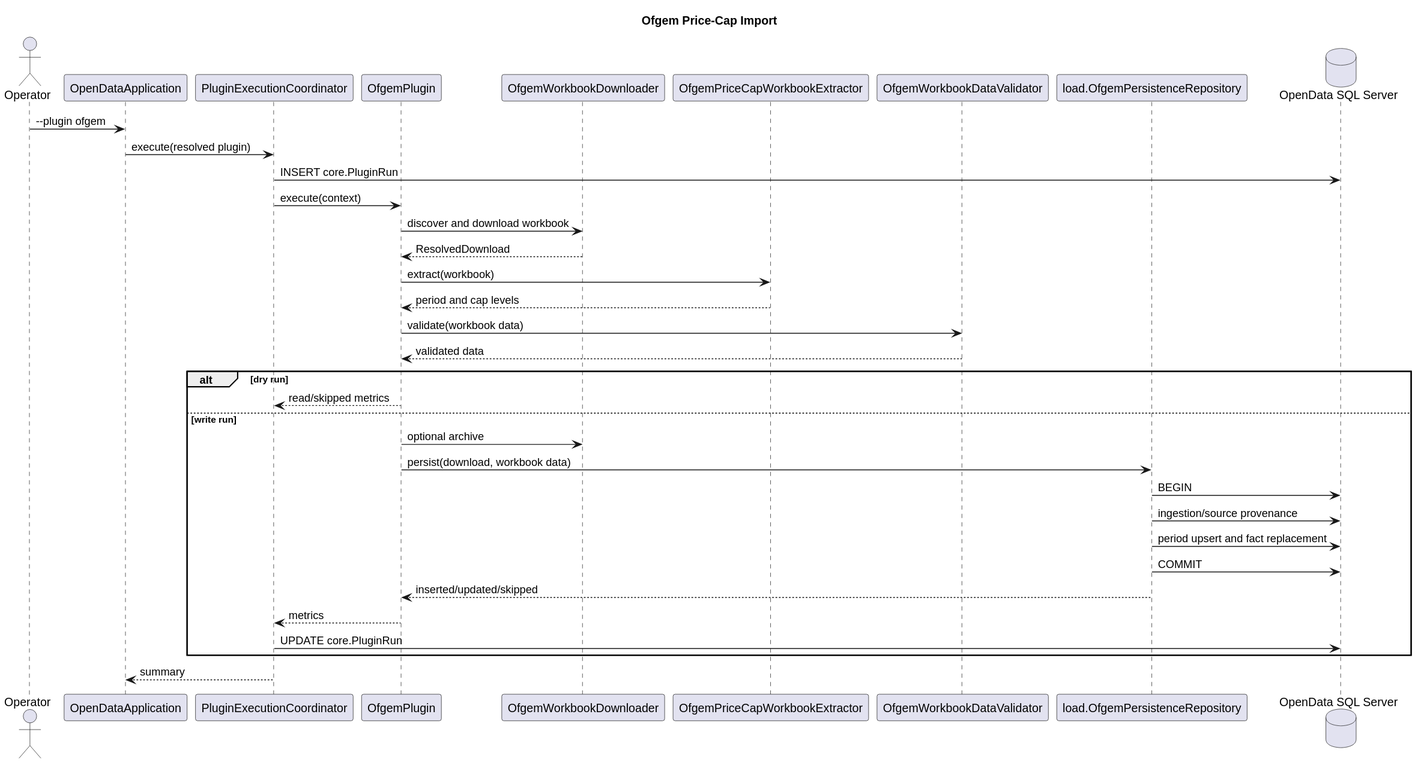
This is docs/diagrams/generated/ofgem-price-cap-import-sequence.svg from TerryCurranZellis/OpenData, a PlantUML export, as it was before one commit. Its source is kept beside it as docs/diagrams/source/ofgem-price-cap-import-sequence.puml. Its diagram source:
```plantuml
@startuml
title Ofgem Price-Cap Import
actor Operator
participant OpenDataApplication as Application
participant PluginExecutionCoordinator as Coordinator
participant OfgemPlugin as Plugin
participant OfgemWorkbookDownloader as Downloader
participant OfgemPriceCapWorkbookExtractor as Extractor
participant OfgemWorkbookDataValidator as Validator
participant "load.OfgemPersistenceRepository" as Repository
database "OpenData SQL Server" as Database

Operator -> Application : --plugin ofgem
Application -> Coordinator : execute(resolved plugin)
Coordinator -> Database : INSERT core.PluginRun
Coordinator -> Plugin : execute(context)
Plugin -> Downloader : discover and download workbook
Downloader --> Plugin : ResolvedDownload
Plugin -> Extractor : extract(workbook)
Extractor --> Plugin : period and cap levels
Plugin -> Validator : validate(workbook data)
Validator --> Plugin : validated data
alt dry run
  Plugin --> Coordinator : read/skipped metrics
else write run
  Plugin -> Downloader : optional archive
  Plugin -> Repository : persist(download, workbook data)
  Repository -> Database : BEGIN
  Repository -> Database : ingestion/source provenance
  Repository -> Database : period upsert and fact replacement
  Repository -> Database : COMMIT
  Repository --> Plugin : inserted/updated/skipped
  Plugin --> Coordinator : metrics
  Coordinator -> Database : UPDATE core.PluginRun
end
Coordinator --> Application : summary
@enduml
```
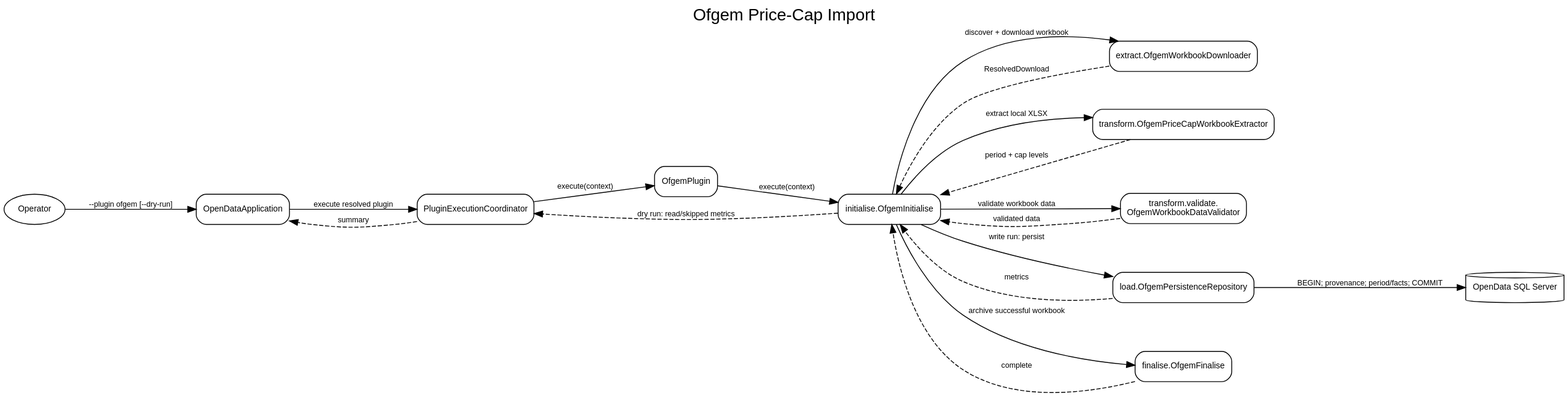
The same diagram one commit later.

Diff of the diagram source:
```diff
@@ -4,34 +4,34 @@
 participant OpenDataApplication as Application
 participant PluginExecutionCoordinator as Coordinator
 participant OfgemPlugin as Plugin
-participant OfgemWorkbookDownloader as Downloader
-participant OfgemPriceCapWorkbookExtractor as Extractor
-participant OfgemWorkbookDataValidator as Validator
+participant "initialise.OfgemInitialise" as Initialise
+participant "extract.OfgemWorkbookDownloader" as Downloader
+participant "transform.OfgemPriceCapWorkbookExtractor" as Extractor
+participant "transform.validate.OfgemWorkbookDataValidator" as Validator
 participant "load.OfgemPersistenceRepository" as Repository
+participant "finalise.OfgemFinalise" as Finalise
 database "OpenData SQL Server" as Database
 
-Operator -> Application : --plugin ofgem
+Operator -> Application : --plugin ofgem [--dry-run]
 Application -> Coordinator : execute(resolved plugin)
-Coordinator -> Database : INSERT core.PluginRun
 Coordinator -> Plugin : execute(context)
-Plugin -> Downloader : discover and download workbook
-Downloader --> Plugin : ResolvedDownload
-Plugin -> Extractor : extract(workbook)
-Extractor --> Plugin : period and cap levels
-Plugin -> Validator : validate(workbook data)
-Validator --> Plugin : validated data
+Plugin -> Initialise : execute(context)
+Initialise -> Downloader : discover and download workbook
+Downloader --> Initialise : ResolvedDownload
+Initialise -> Extractor : extract(local XLSX)
+Extractor --> Initialise : period and cap levels
+Initialise -> Validator : validate workbook data
+Validator --> Initialise : validated data
 alt dry run
-  Plugin --> Coordinator : read/skipped metrics
+  Initialise --> Coordinator : read/skipped metrics
 else write run
-  Plugin -> Downloader : optional archive
-  Plugin -> Repository : persist(download, workbook data)
-  Repository -> Database : BEGIN
-  Repository -> Database : ingestion/source provenance
-  Repository -> Database : period upsert and fact replacement
+  Initialise -> Repository : persist(download, data)
+  Repository -> Database : BEGIN + provenance + period/facts
   Repository -> Database : COMMIT
-  Repository --> Plugin : inserted/updated/skipped
-  Plugin --> Coordinator : metrics
-  Coordinator -> Database : UPDATE core.PluginRun
+  Repository --> Initialise : inserted/updated/skipped
+  Initialise -> Finalise : archive successful workbook
+  Finalise --> Initialise : complete
+  Initialise --> Coordinator : metrics
 end
 Coordinator --> Application : summary
 @enduml
```
